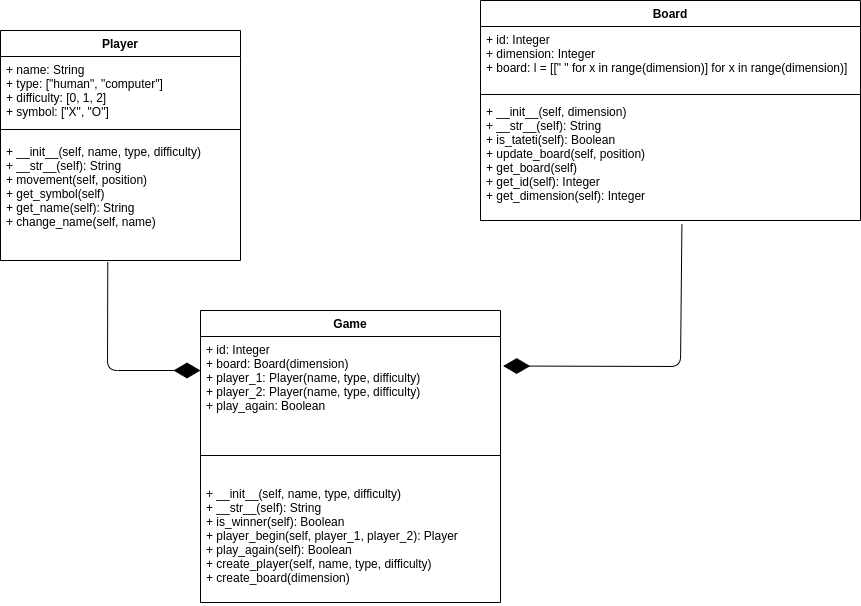
Above: doc/tateti.png in joagonzalez/tateti (draw.io), before the change. Source tidied: cells renumbered, new cells last; positions are measured from the earlier drawing's top-left corner, leaving out a move shared by most shapes. Its diagram source:
```xml
<mxGraphModel>
  <root>
    <mxCell id="0" />
    <mxCell id="1" parent="0" />
    <mxCell id="2" value="Player" style="swimlane;fontStyle=1;align=center;verticalAlign=top;horizontal=1;startSize=26;" parent="1" vertex="1">
      <mxGeometry y="30" width="240" height="230" as="geometry" />
    </mxCell>
    <mxCell id="3" value="+ name: String&#10;+ type: [&quot;human&quot;, &quot;computer&quot;]&#10;+ difficulty: [0, 1, 2]&#10;+ symbol: [&quot;X&quot;, &quot;O&quot;]" style="text;strokeColor=none;fillColor=none;align=left;verticalAlign=top;spacingLeft=4;spacingRight=4;overflow=hidden;" parent="2" vertex="1">
      <mxGeometry y="26" width="240" height="64" as="geometry" />
    </mxCell>
    <mxCell id="4" style="line;strokeWidth=1;fillColor=none;align=left;verticalAlign=middle;spacingTop=-1;spacingLeft=3;spacingRight=3;labelPosition=right;" parent="2" vertex="1">
      <mxGeometry y="90" width="240" height="18" as="geometry" />
    </mxCell>
    <mxCell id="5" value="+ __init__(self, name, type, difficulty)&#10;+ __str__(self): String&#10;+ movement(self, position)&#10;+ get_symbol(self)&#10;+ get_name(self): String&#10;+ change_name(self, name)" style="text;strokeColor=none;fillColor=none;align=left;verticalAlign=top;spacingLeft=4;spacingRight=4;overflow=hidden;points=[[0,0.5],[1,0.5]];portConstraint=eastwest;" parent="2" vertex="1">
      <mxGeometry y="108" width="240" height="122" as="geometry" />
    </mxCell>
    <mxCell id="6" value="Board" style="swimlane;fontStyle=1;align=center;verticalAlign=top;horizontal=1;startSize=26;" parent="1" vertex="1">
      <mxGeometry x="480" width="380" height="220" as="geometry" />
    </mxCell>
    <mxCell id="7" value="+ id: Integer&#10;+ dimension: Integer&#10;+ board: l = [[&quot; &quot; for x in range(dimension)] for x in range(dimension)]" style="text;strokeColor=none;fillColor=none;align=left;verticalAlign=top;spacingLeft=4;spacingRight=4;overflow=hidden;points=[[0,0.5],[1,0.5]];portConstraint=eastwest;" parent="6" vertex="1">
      <mxGeometry y="26" width="380" height="64" as="geometry" />
    </mxCell>
    <mxCell id="8" style="line;strokeWidth=1;fillColor=none;align=left;verticalAlign=middle;spacingTop=-1;spacingLeft=3;spacingRight=3;labelPosition=right;" parent="6" vertex="1">
      <mxGeometry y="90" width="380" height="8" as="geometry" />
    </mxCell>
    <mxCell id="9" value="+ __init__(self, dimension)&#10;+ __str__(self): String&#10;+ is_tateti(self): Boolean&#10;+ update_board(self, position)&#10;+ get_board(self)&#10;+ get_id(self): Integer&#10;+ get_dimension(self): Integer" style="text;strokeColor=none;fillColor=none;align=left;verticalAlign=top;spacingLeft=4;spacingRight=4;overflow=hidden;points=[[0,0.5],[1,0.5]];portConstraint=eastwest;" parent="6" vertex="1">
      <mxGeometry y="98" width="380" height="122" as="geometry" />
    </mxCell>
    <mxCell id="10" value="Game" style="swimlane;fontStyle=1;align=center;verticalAlign=top;horizontal=1;startSize=26;" parent="1" vertex="1">
      <mxGeometry x="200" y="310" width="300" height="292" as="geometry" />
    </mxCell>
    <mxCell id="11" value="+ id: Integer&#10;+ board: Board(dimension)&#10;+ player_1: Player(name, type, difficulty)&#10;+ player_2: Player(name, type, difficulty)&#10;+ play_again: Boolean" style="text;strokeColor=none;fillColor=none;align=left;verticalAlign=top;spacingLeft=4;spacingRight=4;overflow=hidden;points=[[0,0.5],[1,0.5]];portConstraint=eastwest;" parent="10" vertex="1">
      <mxGeometry y="26" width="300" height="94" as="geometry" />
    </mxCell>
    <mxCell id="12" style="line;strokeWidth=1;fillColor=none;align=left;verticalAlign=middle;spacingTop=-1;spacingLeft=3;spacingRight=3;labelPosition=right;" parent="10" vertex="1">
      <mxGeometry y="120" width="300" height="50" as="geometry" />
    </mxCell>
    <mxCell id="13" value="+ __init__(self, name, type, difficulty)&#10;+ __str__(self): String&#10;+ is_winner(self): Boolean&#10;+ player_begin(self, player_1, player_2): Player&#10;+ play_again(self): Boolean&#10;+ create_player(self, name, type, difficulty)&#10;+ create_board(dimension)" style="text;strokeColor=none;fillColor=none;align=left;verticalAlign=top;spacingLeft=4;spacingRight=4;overflow=hidden;" parent="10" vertex="1">
      <mxGeometry y="170" width="300" height="122" as="geometry" />
    </mxCell>
    <mxCell id="14" style="endArrow=diamondThin;endFill=1;endSize=24;html=1;exitX=0.447;exitY=1.014;exitDx=0;exitDy=0;exitPerimeter=0;" parent="1" edge="1" source="5">
      <mxGeometry relative="1" as="geometry">
        <mxPoint x="200" y="370" as="targetPoint" />
        <Array as="points">
          <mxPoint x="107" y="370" />
        </Array>
      </mxGeometry>
    </mxCell>
    <mxCell id="15" style="endArrow=diamondThin;endFill=1;endSize=24;html=1;entryX=1.009;entryY=0.314;entryDx=0;entryDy=0;entryPerimeter=0;exitX=0.53;exitY=1.033;exitDx=0;exitDy=0;exitPerimeter=0;" parent="1" edge="1" source="9" target="11">
      <mxGeometry relative="1" as="geometry">
        <Array as="points">
          <mxPoint x="680" y="366" />
        </Array>
      </mxGeometry>
    </mxCell>
  </root>
</mxGraphModel>
```
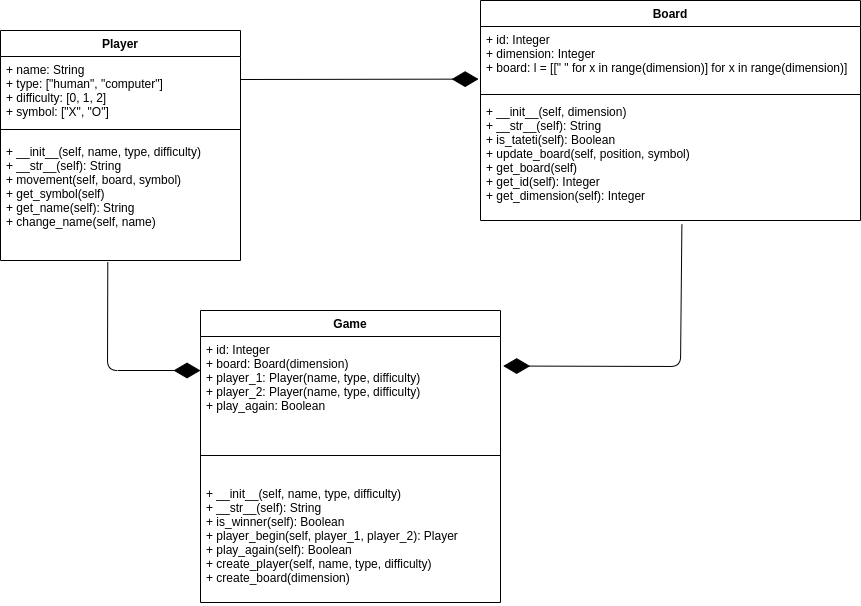
After the commit.

Commit message:
tateti classes and class diagram

Change to the diagram source:
```diff
@@ -11,7 +11,7 @@
     <mxCell id="4" style="line;strokeWidth=1;fillColor=none;align=left;verticalAlign=middle;spacingTop=-1;spacingLeft=3;spacingRight=3;labelPosition=right;" parent="2" vertex="1">
       <mxGeometry y="90" width="240" height="18" as="geometry" />
     </mxCell>
-    <mxCell id="5" value="+ __init__(self, name, type, difficulty)&#10;+ __str__(self): String&#10;+ movement(self, position)&#10;+ get_symbol(self)&#10;+ get_name(self): String&#10;+ change_name(self, name)" style="text;strokeColor=none;fillColor=none;align=left;verticalAlign=top;spacingLeft=4;spacingRight=4;overflow=hidden;points=[[0,0.5],[1,0.5]];portConstraint=eastwest;" parent="2" vertex="1">
+    <mxCell id="5" value="+ __init__(self, name, type, difficulty)&#10;+ __str__(self): String&#10;+ movement(self, board, symbol)&#10;+ get_symbol(self)&#10;+ get_name(self): String&#10;+ change_name(self, name)" style="text;strokeColor=none;fillColor=none;align=left;verticalAlign=top;spacingLeft=4;spacingRight=4;overflow=hidden;points=[[0,0.5],[1,0.5]];portConstraint=eastwest;" parent="2" vertex="1">
       <mxGeometry y="108" width="240" height="122" as="geometry" />
     </mxCell>
     <mxCell id="6" value="Board" style="swimlane;fontStyle=1;align=center;verticalAlign=top;horizontal=1;startSize=26;" parent="1" vertex="1">
@@ -23,7 +23,7 @@
     <mxCell id="8" style="line;strokeWidth=1;fillColor=none;align=left;verticalAlign=middle;spacingTop=-1;spacingLeft=3;spacingRight=3;labelPosition=right;" parent="6" vertex="1">
       <mxGeometry y="90" width="380" height="8" as="geometry" />
     </mxCell>
-    <mxCell id="9" value="+ __init__(self, dimension)&#10;+ __str__(self): String&#10;+ is_tateti(self): Boolean&#10;+ update_board(self, position)&#10;+ get_board(self)&#10;+ get_id(self): Integer&#10;+ get_dimension(self): Integer" style="text;strokeColor=none;fillColor=none;align=left;verticalAlign=top;spacingLeft=4;spacingRight=4;overflow=hidden;points=[[0,0.5],[1,0.5]];portConstraint=eastwest;" parent="6" vertex="1">
+    <mxCell id="9" value="+ __init__(self, dimension)&#10;+ __str__(self): String&#10;+ is_tateti(self): Boolean&#10;+ update_board(self, position, symbol)&#10;+ get_board(self)&#10;+ get_id(self): Integer&#10;+ get_dimension(self): Integer" style="text;strokeColor=none;fillColor=none;align=left;verticalAlign=top;spacingLeft=4;spacingRight=4;overflow=hidden;points=[[0,0.5],[1,0.5]];portConstraint=eastwest;" parent="6" vertex="1">
       <mxGeometry y="98" width="380" height="122" as="geometry" />
     </mxCell>
     <mxCell id="10" value="Game" style="swimlane;fontStyle=1;align=center;verticalAlign=top;horizontal=1;startSize=26;" parent="1" vertex="1">
@@ -53,5 +53,10 @@
         </Array>
       </mxGeometry>
     </mxCell>
+    <mxCell id="16" style="endArrow=diamondThin;endFill=1;endSize=24;html=1;entryX=-0.005;entryY=0.822;entryDx=0;entryDy=0;entryPerimeter=0;" parent="1" edge="1" target="7">
+      <mxGeometry relative="1" as="geometry">
+        <mxPoint x="240" y="79" as="sourcePoint" />
+      </mxGeometry>
+    </mxCell>
   </root>
 </mxGraphModel>
```
